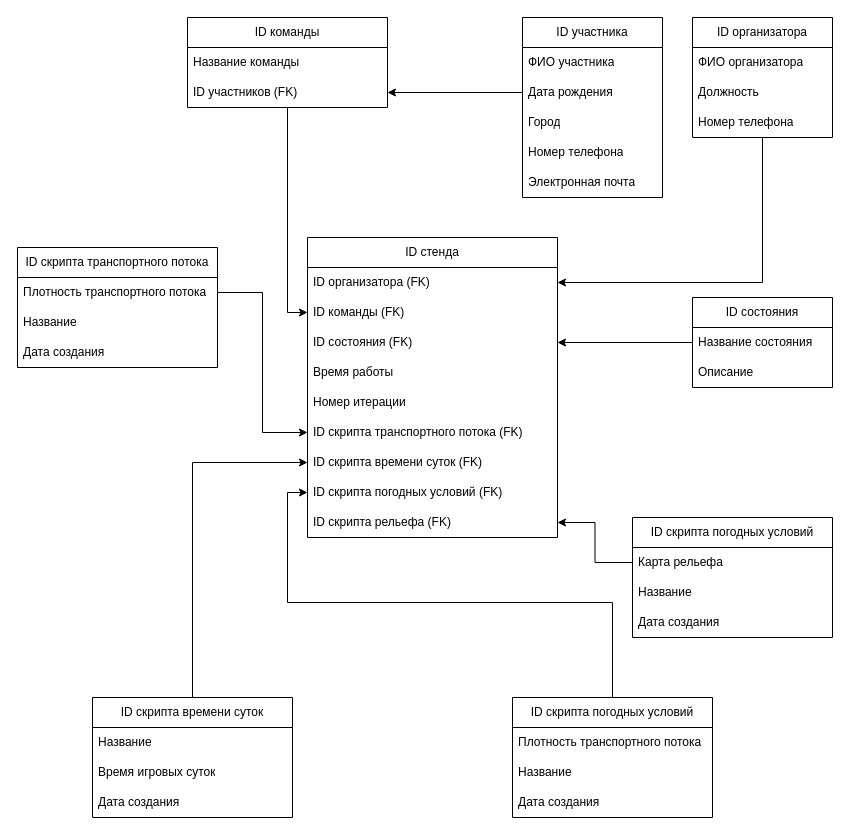
Above: Диаграмма без названия.drawio in sukmalo/IDEF_Sugakova (draw.io), before the change. Source tidied: cells renumbered, new cells numbered last; positions are measured from the earlier drawing's top-left corner, leaving out a move shared by most shapes. Both pictures are drawn from the tidied source at 100%, with x=0, y=0 at pixel (17, 17).
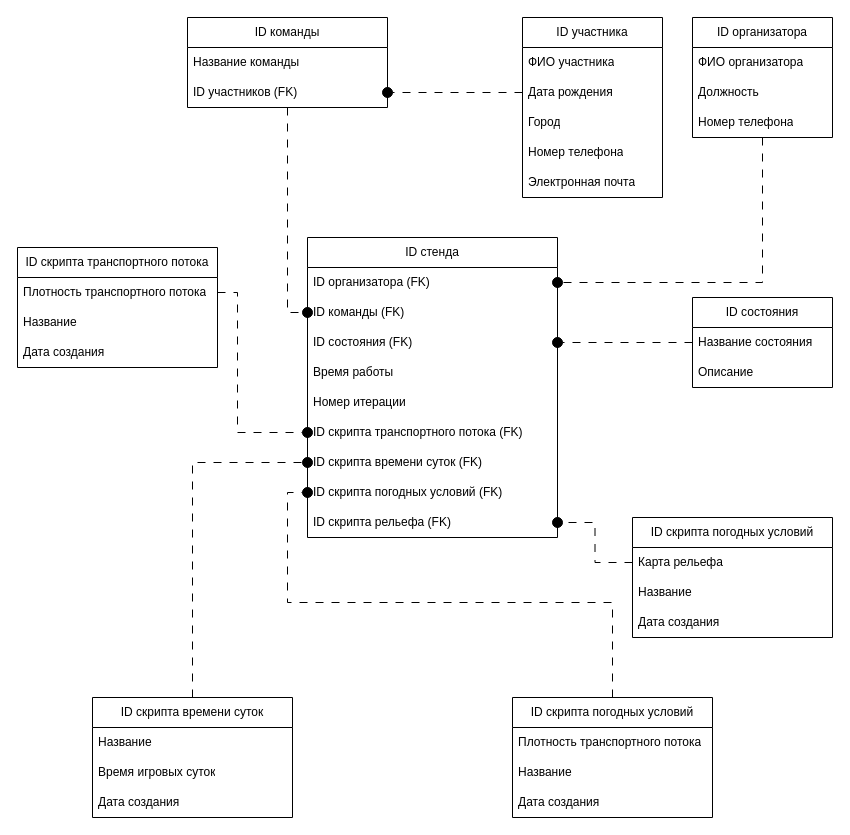
The same diagram, later.

Unchanged cells that the change refers to:
```xml
<mxCell id="3" value="ID команды" style="swimlane;fontStyle=0;horizontal=1;startSize=30;whiteSpace=wrap;html=1;" parent="1" vertex="1">
  <mxGeometry x="170" width="200" height="90" as="geometry" />
</mxCell>
<mxCell id="5" value="&lt;div&gt;ID участников (FK)&lt;br&gt;&lt;/div&gt;" style="text;strokeColor=none;fillColor=none;align=left;verticalAlign=middle;spacingLeft=4;spacingRight=4;overflow=hidden;points=[[0,0.5],[1,0.5]];portConstraint=eastwest;whiteSpace=wrap;html=1;" parent="3" vertex="1">
  <mxGeometry y="60" width="200" height="30" as="geometry" />
</mxCell>
<mxCell id="7" value="ID организатора" style="swimlane;fontStyle=0;horizontal=1;startSize=30;whiteSpace=wrap;html=1;" parent="1" vertex="1">
  <mxGeometry x="675" width="140" height="120" as="geometry" />
</mxCell>
<mxCell id="12" value="ID организатора (FK)" style="text;strokeColor=none;fillColor=none;align=left;verticalAlign=middle;spacingLeft=4;spacingRight=4;overflow=hidden;points=[[0,0.5],[1,0.5]];portConstraint=eastwest;whiteSpace=wrap;html=1;" parent="11" vertex="1">
  <mxGeometry y="30" width="250" height="30" as="geometry" />
</mxCell>
<mxCell id="13" value="ID команды (FK)" style="text;strokeColor=none;fillColor=none;align=left;verticalAlign=middle;spacingLeft=4;spacingRight=4;overflow=hidden;points=[[0,0.5],[1,0.5]];portConstraint=eastwest;whiteSpace=wrap;html=1;" parent="11" vertex="1">
  <mxGeometry y="60" width="250" height="30" as="geometry" />
</mxCell>
<mxCell id="14" value="ID состояния (FK)" style="text;strokeColor=none;fillColor=none;align=left;verticalAlign=middle;spacingLeft=4;spacingRight=4;overflow=hidden;points=[[0,0.5],[1,0.5]];portConstraint=eastwest;whiteSpace=wrap;html=1;" parent="11" vertex="1">
  <mxGeometry y="90" width="250" height="30" as="geometry" />
</mxCell>
<mxCell id="17" value="ID скрипта транспортного потока (FK)" style="text;strokeColor=none;fillColor=none;align=left;verticalAlign=middle;spacingLeft=4;spacingRight=4;overflow=hidden;points=[[0,0.5],[1,0.5]];portConstraint=eastwest;whiteSpace=wrap;html=1;" parent="11" vertex="1">
  <mxGeometry y="180" width="250" height="30" as="geometry" />
</mxCell>
<mxCell id="18" value="ID скрипта времени суток (FK)" style="text;strokeColor=none;fillColor=none;align=left;verticalAlign=middle;spacingLeft=4;spacingRight=4;overflow=hidden;points=[[0,0.5],[1,0.5]];portConstraint=eastwest;whiteSpace=wrap;html=1;" parent="11" vertex="1">
  <mxGeometry y="210" width="250" height="30" as="geometry" />
</mxCell>
<mxCell id="19" value="ID скрипта погодных условий (FK)" style="text;strokeColor=none;fillColor=none;align=left;verticalAlign=middle;spacingLeft=4;spacingRight=4;overflow=hidden;points=[[0,0.5],[1,0.5]];portConstraint=eastwest;whiteSpace=wrap;html=1;" parent="11" vertex="1">
  <mxGeometry y="240" width="250" height="30" as="geometry" />
</mxCell>
<mxCell id="20" value="ID скрипта рельефа (FK)" style="text;strokeColor=none;fillColor=none;align=left;verticalAlign=middle;spacingLeft=4;spacingRight=4;overflow=hidden;points=[[0,0.5],[1,0.5]];portConstraint=eastwest;whiteSpace=wrap;html=1;" parent="11" vertex="1">
  <mxGeometry y="270" width="250" height="30" as="geometry" />
</mxCell>
<mxCell id="22" value="ID состояния" style="swimlane;fontStyle=0;horizontal=1;startSize=30;whiteSpace=wrap;html=1;" parent="1" vertex="1">
  <mxGeometry x="675" y="280" width="140" height="90" as="geometry" />
</mxCell>
<mxCell id="27" value="Дата рождения" style="text;strokeColor=none;fillColor=none;align=left;verticalAlign=middle;spacingLeft=4;spacingRight=4;overflow=hidden;points=[[0,0.5],[1,0.5]];portConstraint=eastwest;whiteSpace=wrap;html=1;" parent="25" vertex="1">
  <mxGeometry y="60" width="140" height="30" as="geometry" />
</mxCell>
<mxCell id="33" value="Плотность транспортного потока" style="text;strokeColor=none;fillColor=none;align=left;verticalAlign=middle;spacingLeft=4;spacingRight=4;overflow=hidden;points=[[0,0.5],[1,0.5]];portConstraint=eastwest;whiteSpace=wrap;html=1;" parent="32" vertex="1">
  <mxGeometry y="30" width="200" height="30" as="geometry" />
</mxCell>
<mxCell id="38" value="ID скрипта времени суток" style="swimlane;fontStyle=0;horizontal=1;startSize=30;whiteSpace=wrap;html=1;" parent="1" vertex="1">
  <mxGeometry x="75" y="680" width="200" height="120" as="geometry" />
</mxCell>
<mxCell id="43" value="ID скрипта погодных условий" style="swimlane;fontStyle=0;horizontal=1;startSize=30;whiteSpace=wrap;html=1;" parent="1" vertex="1">
  <mxGeometry x="495" y="680" width="200" height="120" as="geometry" />
</mxCell>
<mxCell id="48" value="Карта рельефа" style="text;strokeColor=none;fillColor=none;align=left;verticalAlign=middle;spacingLeft=4;spacingRight=4;overflow=hidden;points=[[0,0.5],[1,0.5]];portConstraint=eastwest;whiteSpace=wrap;html=1;" parent="47" vertex="1">
  <mxGeometry y="30" width="200" height="30" as="geometry" />
</mxCell>
```

The edit, as a diff of the source:
```diff
@@
-    <mxCell id="2" style="edgeStyle=orthogonalEdgeStyle;rounded=0;jettySize=auto;html=1;entryX=0;entryY=0.5;entryDx=0;entryDy=0;" parent="1" edge="1" source="3" target="13">
+    <mxCell id="2" style="edgeStyle=orthogonalEdgeStyle;rounded=0;jettySize=auto;html=1;entryX=0;entryY=0.5;entryDx=0;entryDy=0;dashed=1;dashPattern=8 8;endSize=10;endArrow=oval;endFill=1;" parent="1" edge="1" source="3" target="13">
       <mxGeometry relative="1" as="geometry" />
     </mxCell>
@@
-    <mxCell id="6" style="edgeStyle=orthogonalEdgeStyle;rounded=0;jettySize=auto;html=1;entryX=1;entryY=0.5;entryDx=0;entryDy=0;" parent="1" edge="1" source="7" target="12">
+    <mxCell id="6" style="edgeStyle=orthogonalEdgeStyle;rounded=0;jettySize=auto;html=1;entryX=1;entryY=0.5;entryDx=0;entryDy=0;dashed=1;dashPattern=8 8;endSize=10;endArrow=oval;endFill=1;" parent="1" edge="1" source="7" target="12">
       <mxGeometry relative="1" as="geometry" />
     </mxCell>
@@
-    <mxCell id="21" style="edgeStyle=orthogonalEdgeStyle;rounded=0;jettySize=auto;html=1;entryX=1;entryY=0.5;entryDx=0;entryDy=0;" parent="1" edge="1" source="22" target="14">
+    <mxCell id="21" style="edgeStyle=orthogonalEdgeStyle;rounded=0;jettySize=auto;html=1;entryX=1;entryY=0.5;entryDx=0;entryDy=0;dashed=1;dashPattern=8 8;endArrow=oval;endFill=1;endSize=10;" parent="1" edge="1" source="22" target="14">
       <mxGeometry relative="1" as="geometry" />
     </mxCell>
@@
-    <mxCell id="31" style="edgeStyle=orthogonalEdgeStyle;rounded=0;jettySize=auto;html=1;exitX=0;exitY=0.5;exitDx=0;exitDy=0;entryX=1;entryY=0.5;entryDx=0;entryDy=0;" parent="1" edge="1" source="27" target="5">
+    <mxCell id="31" style="edgeStyle=orthogonalEdgeStyle;rounded=0;jettySize=auto;html=1;exitX=0;exitY=0.5;exitDx=0;exitDy=0;entryX=1;entryY=0.5;entryDx=0;entryDy=0;dashed=1;dashPattern=8 8;endSize=10;endArrow=oval;endFill=1;" parent="1" edge="1" source="27" target="5">
       <mxGeometry relative="1" as="geometry" />
     </mxCell>
@@
-    <mxCell id="36" style="edgeStyle=orthogonalEdgeStyle;rounded=0;jettySize=auto;html=1;entryX=0;entryY=0.5;entryDx=0;entryDy=0;" parent="1" edge="1" source="33" target="17">
-      <mxGeometry relative="1" as="geometry" />
+    <mxCell id="36" style="edgeStyle=orthogonalEdgeStyle;rounded=0;jettySize=auto;html=1;entryX=0;entryY=0.5;entryDx=0;entryDy=0;dashed=1;dashPattern=8 8;endArrow=oval;endFill=1;endSize=10;" parent="1" edge="1" source="33" target="17">
+      <mxGeometry relative="1" as="geometry">
+        <Array as="points">
+          <mxPoint x="220" y="275" />
+          <mxPoint x="220" y="415" />
+        </Array>
+      </mxGeometry>
     </mxCell>
-    <mxCell id="37" style="edgeStyle=orthogonalEdgeStyle;rounded=0;jettySize=auto;html=1;entryX=0;entryY=0.5;entryDx=0;entryDy=0;" parent="1" edge="1" source="38" target="18">
+    <mxCell id="37" style="edgeStyle=orthogonalEdgeStyle;rounded=0;jettySize=auto;html=1;entryX=0;entryY=0.5;entryDx=0;entryDy=0;dashed=1;dashPattern=8 8;endArrow=oval;endFill=1;endSize=10;" parent="1" edge="1" source="38" target="18">
       <mxGeometry relative="1" as="geometry" />
     </mxCell>
@@
-    <mxCell id="42" style="edgeStyle=orthogonalEdgeStyle;rounded=0;jettySize=auto;html=1;entryX=0;entryY=0.5;entryDx=0;entryDy=0;" parent="1" edge="1" source="43" target="19">
+    <mxCell id="42" style="edgeStyle=orthogonalEdgeStyle;rounded=0;jettySize=auto;html=1;entryX=0;entryY=0.5;entryDx=0;entryDy=0;dashed=1;dashPattern=8 8;endSize=10;endArrow=oval;endFill=1;" parent="1" edge="1" source="43" target="19">
       <mxGeometry relative="1" as="geometry" />
     </mxCell>
@@
-    <mxCell id="51" style="edgeStyle=orthogonalEdgeStyle;rounded=0;jettySize=auto;html=1;entryX=1;entryY=0.5;entryDx=0;entryDy=0;" parent="1" edge="1" source="48" target="20">
+    <mxCell id="51" style="edgeStyle=orthogonalEdgeStyle;rounded=0;jettySize=auto;html=1;entryX=1;entryY=0.5;entryDx=0;entryDy=0;dashed=1;dashPattern=8 8;endSize=10;endArrow=oval;endFill=1;" parent="1" edge="1" source="48" target="20">
       <mxGeometry relative="1" as="geometry" />
     </mxCell>
```
